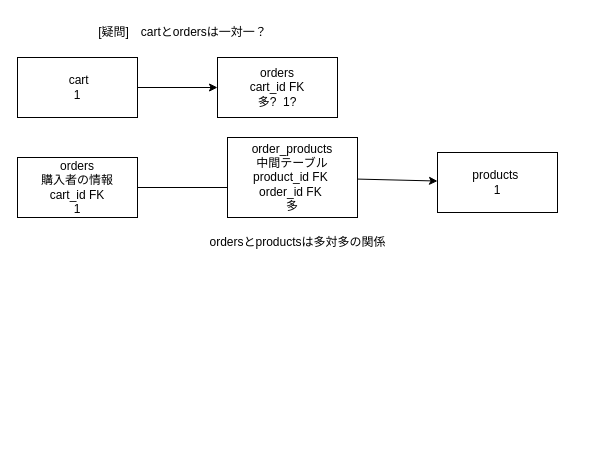
Above: checkout.drawio in okuyama-code/rails_EC (draw.io), before the change. Source tidied: cells renumbered, new cells numbered last; positions are measured from the earlier drawing's top-left corner, leaving out a move shared by most shapes. Both pictures are drawn from the tidied source at 100%, with x=0, y=0 at pixel (17, 17).
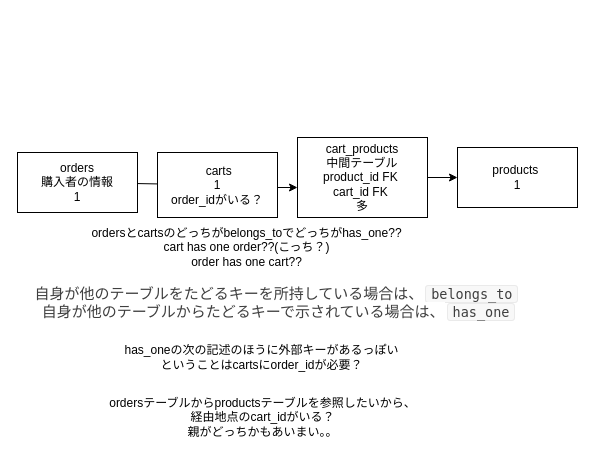
After the change.

Diff of the diagram source:
```diff
@@
 <mxGraphModel>
   <root>
     <mxCell id="0" />
     <mxCell id="1" parent="0" />
-    <mxCell id="2" style="edgeStyle=none;html=1;" parent="1" edge="1" source="3" target="4">
-      <mxGeometry relative="1" as="geometry" />
-    </mxCell>
-    <mxCell id="3" value="&amp;nbsp;cart&lt;br&gt;1" style="rounded=0;whiteSpace=wrap;html=1;" parent="1" vertex="1">
-      <mxGeometry y="40" width="120" height="60" as="geometry" />
-    </mxCell>
-    <mxCell id="4" value="orders&lt;br&gt;cart_id FK&lt;br&gt;多?&amp;nbsp; 1?" style="rounded=0;whiteSpace=wrap;html=1;" parent="1" vertex="1">
-      <mxGeometry x="200" y="40" width="120" height="60" as="geometry" />
-    </mxCell>
-    <mxCell id="5" style="edgeStyle=none;html=1;" parent="1" edge="1" source="6">
+    <mxCell id="5" style="edgeStyle=none;html=1;startArrow=none;" parent="1" edge="1" source="3">
       <mxGeometry relative="1" as="geometry">
         <mxPoint x="220" y="170" as="targetPoint" />
       </mxGeometry>
     </mxCell>
-    <mxCell id="6" value="orders&lt;br&gt;購入者の情報&lt;br&gt;cart_id FK&lt;br&gt;1" style="rounded=0;whiteSpace=wrap;html=1;" parent="1" vertex="1">
-      <mxGeometry y="140" width="120" height="60" as="geometry" />
+    <mxCell id="6" value="orders&lt;br&gt;購入者の情報&lt;br&gt;1" style="rounded=0;whiteSpace=wrap;html=1;" parent="1" vertex="1">
+      <mxGeometry y="135" width="120" height="60" as="geometry" />
     </mxCell>
     <mxCell id="7" style="edgeStyle=none;html=1;" parent="1" edge="1" source="8" target="9">
       <mxGeometry relative="1" as="geometry" />
     </mxCell>
-    <mxCell id="8" value="order_products&lt;br&gt;中間テーブル&lt;br&gt;product_id FK&amp;nbsp;&lt;br&gt;order_id FK&amp;nbsp;&lt;br&gt;多" style="rounded=0;whiteSpace=wrap;html=1;" parent="1" vertex="1">
-      <mxGeometry x="210" y="120" width="130" height="80" as="geometry" />
+    <mxCell id="8" value="cart_products&lt;br&gt;中間テーブル&lt;br&gt;product_id FK&amp;nbsp;&lt;br&gt;cart_id FK&amp;nbsp;&lt;br&gt;多" style="rounded=0;whiteSpace=wrap;html=1;" parent="1" vertex="1">
+      <mxGeometry x="280" y="120" width="130" height="80" as="geometry" />
     </mxCell>
     <mxCell id="9" value="products&amp;nbsp;&lt;br&gt;1" style="whiteSpace=wrap;html=1;rounded=0;" parent="1" vertex="1">
-      <mxGeometry x="420" y="135" width="120" height="60" as="geometry" />
+      <mxGeometry x="440" y="130" width="120" height="60" as="geometry" />
     </mxCell>
-    <mxCell id="10" value="ordersとproductsは多対多の関係&lt;br&gt;" style="text;html=1;align=center;verticalAlign=middle;strokeColor=none;fillColor=none;" parent="1" vertex="1">
-      <mxGeometry x="180" y="210" width="200" height="30" as="geometry" />
-    </mxCell>
-    <mxCell id="11" value="[疑問]　cartとordersは一対一？" style="text;html=1;align=center;verticalAlign=middle;strokeColor=none;fillColor=none;" parent="1" vertex="1">
-      <mxGeometry x="70" width="190" height="30" as="geometry" />
-    </mxCell>
+    <mxCell id="12" style="html=1;exitX=1;exitY=0.5;exitDx=0;exitDy=0;" parent="1" edge="1" source="3">
+      <mxGeometry relative="1" as="geometry">
+        <mxPoint x="150" y="160" as="targetPoint" />
+      </mxGeometry>
+    </mxCell>
+    <mxCell id="13" style="edgeStyle=none;html=1;endArrow=none;" parent="1" edge="1" source="6" target="3">
+      <mxGeometry relative="1" as="geometry" />
+    </mxCell>
+    <mxCell id="3" value="&amp;nbsp;carts&lt;br&gt;1&lt;br&gt;order_idがいる？" style="rounded=0;whiteSpace=wrap;html=1;" parent="1" vertex="1">
+      <mxGeometry x="140" y="135" width="120" height="65" as="geometry" />
+    </mxCell>
+    <mxCell id="14" style="edgeStyle=none;orthogonalLoop=1;jettySize=auto;html=1;" parent="1" edge="1">
+      <mxGeometry relative="1" as="geometry">
+        <mxPoint x="260" y="170" as="sourcePoint" />
+        <mxPoint x="280" y="170" as="targetPoint" />
+      </mxGeometry>
+    </mxCell>
+    <mxCell id="15" value="ordersとcartsのどっちがbelongs_toでどっちがhas_one??&lt;br&gt;cart has one order??(こっち？)&lt;br&gt;order has one cart??" style="text;html=1;align=center;verticalAlign=middle;strokeColor=none;fillColor=none;" parent="1" vertex="1">
+      <mxGeometry x="64" y="200" width="330" height="60" as="geometry" />
+    </mxCell>
+    <mxCell id="16" value="&lt;span style=&quot;color: rgb(63, 63, 63); font-family: -apple-system, BlinkMacSystemFont, &amp;quot;Helvetica Neue&amp;quot;, &amp;quot;Hiragino Sans&amp;quot;, &amp;quot;Hiragino Kaku Gothic ProN&amp;quot;, &amp;quot;游ゴシック Medium&amp;quot;, meiryo, sans-serif; font-size: 15px; text-align: start; background-color: rgb(255, 255, 255);&quot;&gt;自身が他のテーブルをたどるキーを所持している場合は、&lt;/span&gt;&lt;code style=&quot;font-family: Monaco, Consolas, &amp;quot;Courier New&amp;quot;, Courier, monospace, sans-serif; font-size: 13.5px; margin: 0px 2px; padding: 0px 5px; border: 1px solid rgb(234, 234, 234); background-color: rgb(248, 248, 248); border-radius: 3px; color: rgb(63, 63, 63); text-align: start;&quot;&gt;belongs_to&lt;br&gt;&lt;/code&gt;&lt;span style=&quot;color: rgb(63, 63, 63); font-family: -apple-system, BlinkMacSystemFont, &amp;quot;Helvetica Neue&amp;quot;, &amp;quot;Hiragino Sans&amp;quot;, &amp;quot;Hiragino Kaku Gothic ProN&amp;quot;, &amp;quot;游ゴシック Medium&amp;quot;, meiryo, sans-serif; font-size: 15px; text-align: start; background-color: rgb(255, 255, 255);&quot;&gt;&amp;nbsp;自身が他のテーブルからたどるキーで示されている場合は、&lt;/span&gt;&lt;code style=&quot;font-family: Monaco, Consolas, &amp;quot;Courier New&amp;quot;, Courier, monospace, sans-serif; font-size: 13.5px; margin: 0px 2px; padding: 0px 5px; border: 1px solid rgb(234, 234, 234); background-color: rgb(248, 248, 248); border-radius: 3px; color: rgb(63, 63, 63); text-align: start;&quot;&gt;has_one&lt;/code&gt;" style="text;html=1;align=center;verticalAlign=middle;strokeColor=none;fillColor=none;" parent="1" vertex="1">
+      <mxGeometry x="10" y="260" width="500" height="50" as="geometry" />
+    </mxCell>
+    <mxCell id="17" value="ordersテーブルからproductsテーブルを参照したいから、&lt;br&gt;経由地点のcart_idがいる？&lt;br&gt;親がどっちかもあいまい。。" style="text;html=1;align=center;verticalAlign=middle;strokeColor=none;fillColor=none;" parent="1" vertex="1">
+      <mxGeometry x="80" y="370" width="330" height="60" as="geometry" />
+    </mxCell>
+    <mxCell id="18" value="has_oneの次の記述のほうに外部キーがあるっぽい&lt;br&gt;ということはcartsにorder_idが必要？" style="text;html=1;align=center;verticalAlign=middle;strokeColor=none;fillColor=none;" parent="1" vertex="1">
+      <mxGeometry x="94" y="320" width="300" height="40" as="geometry" />
+    </mxCell>
   </root>
 </mxGraphModel>
```
